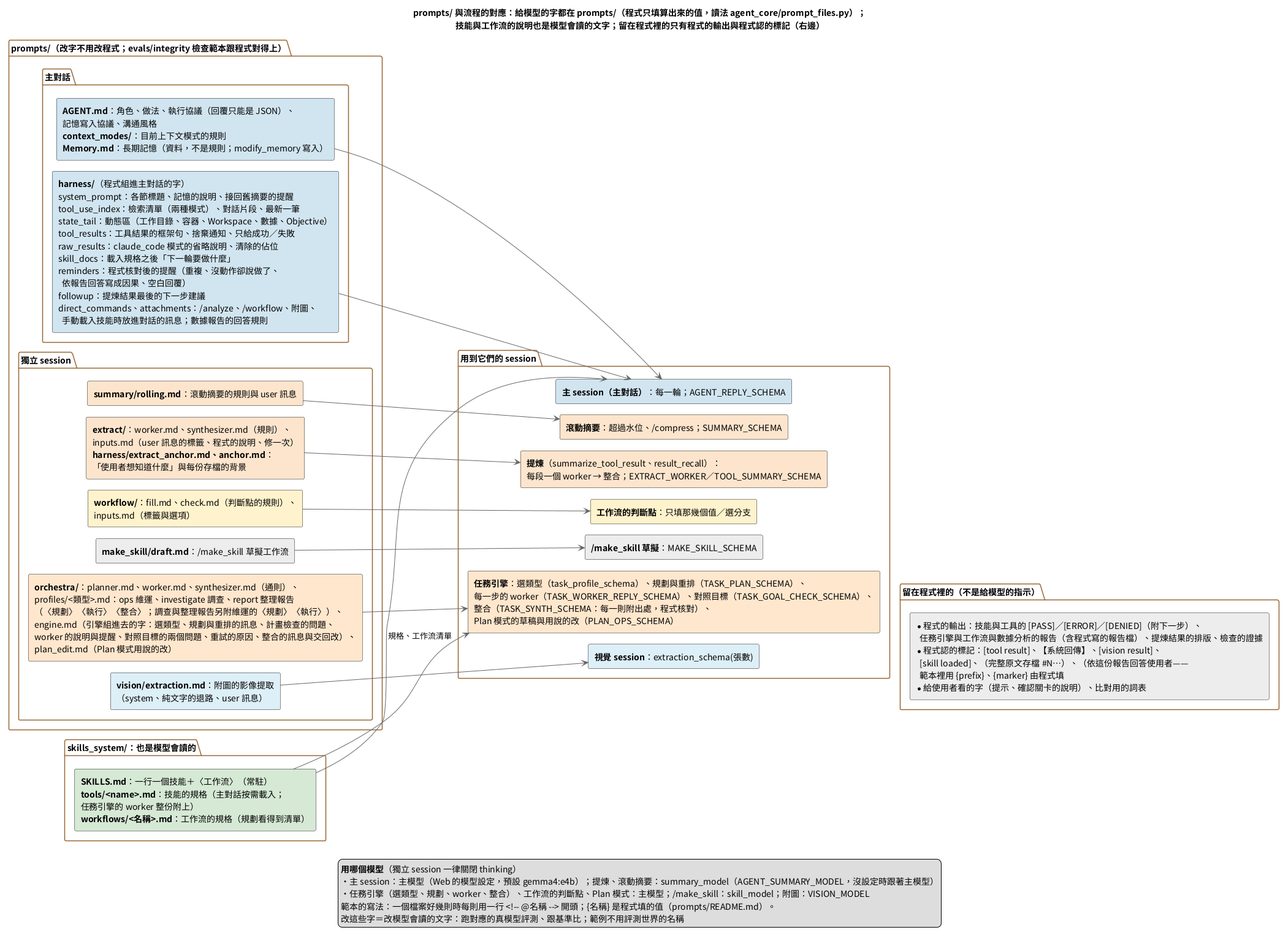
Before: doc/images/prompts與流程的對應.png, a diagram exported from PlantUML (DavidZox/Coding_agnet).
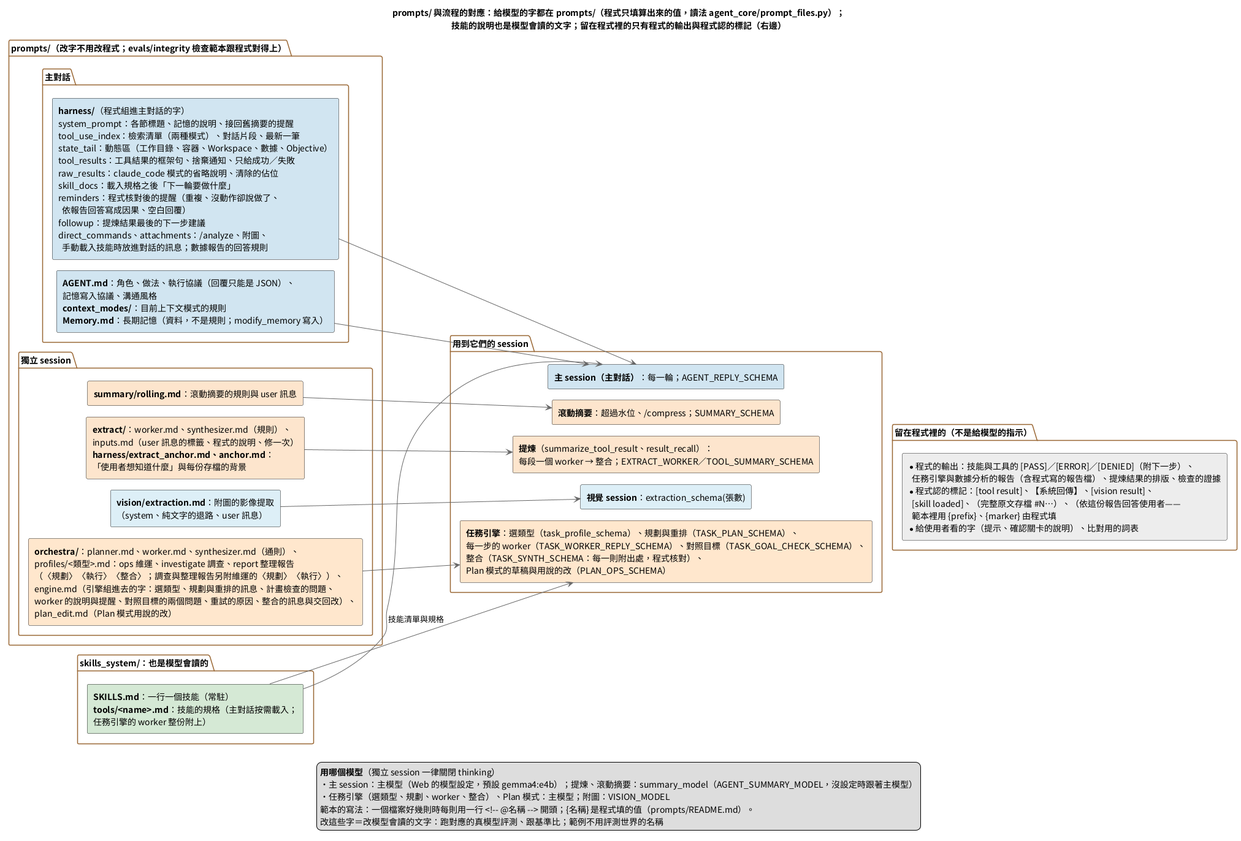
After the change.

The edit, as a diff of the source:
```diff
@@ -8,7 +8,7 @@
 skinparam nodesep 22
 left to right direction
 
-title prompts/ 與流程的對應：給模型的字都在 prompts/（程式只填算出來的值，讀法 agent_core/prompt_files.py）；\n技能與工作流的說明也是模型會讀的文字；留在程式裡的只有程式的輸出與程式認的標記（右邊）
+title prompts/ 與流程的對應：給模型的字都在 prompts/（程式只填算出來的值，讀法 agent_core/prompt_files.py）；\n技能的說明也是模型會讀的文字；留在程式裡的只有程式的輸出與程式認的標記（右邊）
 
 package "prompts/（改字不用改程式；evals/integrity 檢查範本跟程式對得上）" {
   package "主對話" {
@@ -29,7 +29,7 @@
       reminders：程式核對後的提醒（重複、沒動作卻說做了、
         依報告回答寫成因果、空白回覆）
       followup：提煉結果最後的下一步建議
-      direct_commands、attachments：/analyze、/workflow、附圖、
+      direct_commands、attachments：/analyze、附圖、
         手動載入技能時放進對話的訊息；數據報告的回答規則
     ]
   }
@@ -51,13 +51,6 @@
       worker 的說明與提醒、對照目標的兩個問題、重試的原因、整合的訊息與交回改）、
       plan_edit.md（Plan 模式用說的改）
     ]
-    rectangle P_WF #FFF2CC [
-      **workflow/**：fill.md、check.md（判斷點的規則）、
-      inputs.md（標籤與選項）
-    ]
-    rectangle P_MS #ECECEC [
-      **make_skill/draft.md**：/make_skill 草擬工作流
-    ]
     rectangle P_VISION #DDEEF6 [
       **vision/extraction.md**：附圖的影像提取
       （system、純文字的退路、user 訊息）
@@ -67,10 +60,9 @@
 
 package "skills_system/：也是模型會讀的" {
   rectangle K_ALL #D5E8D4 [
-    **SKILLS.md**：一行一個技能＋〈工作流〉（常駐）
+    **SKILLS.md**：一行一個技能（常駐）
     **tools/<name>.md**：技能的規格（主對話按需載入；
     任務引擎的 worker 整份附上）
-    **workflows/<名稱>.md**：工作流的規格（規劃看得到清單）
   ]
 }
 
@@ -91,12 +83,6 @@
     整合（TASK_SYNTH_SCHEMA：每一則附出處，程式核對）、
     Plan 模式的草稿與用說的改（PLAN_OPS_SCHEMA）
   ]
-  rectangle S_WF #FFF2CC [
-    **工作流的判斷點**：只填那幾個值／選分支
-  ]
-  rectangle S_MS #ECECEC [
-    **/make_skill 草擬**：MAKE_SKILL_SCHEMA
-  ]
   rectangle S_VISION #DDEEF6 [
     **視覺 session**：extraction_schema(張數)
   ]
@@ -105,7 +91,7 @@
 package "留在程式裡的（不是給模型的指示）" {
   rectangle C_LIST #ECECEC [
     * 程式的輸出：技能與工具的 [PASS]／[ERROR]／[DENIED]（附下一步）、
-      任務引擎與工作流與數據分析的報告（含程式寫的報告檔）、提煉結果的排版、檢查的證據
+      任務引擎與數據分析的報告（含程式寫的報告檔）、提煉結果的排版、檢查的證據
     * 程式認的標記：[tool result]、【系統回傳】、[vision result]、
       [skill loaded]、（完整原文存檔 #N…）、（依這份報告回答使用者——
       範本裡用 {prefix}、{marker} 由程式填
@@ -119,16 +105,14 @@
 P_SUMMARY --> S_SUMMARY
 P_EXTRACT --> S_EXTRACT
 P_ORCH --> S_ORCH
-K_ALL --> S_ORCH : 規格、工作流清單
-P_WF --> S_WF
-P_MS --> S_MS
+K_ALL --> S_ORCH : 技能清單與規格
 P_VISION --> S_VISION
 S_VISION -[hidden]-> C_LIST
 
 legend bottom
   **用哪個模型**（獨立 session 一律關閉 thinking）
   ・主 session：主模型（Web 的模型設定，預設 gemma4:e4b）；提煉、滾動摘要：summary_model（AGENT_SUMMARY_MODEL，沒設定時跟著主模型）
-  ・任務引擎（選類型、規劃、worker、整合）、工作流的判斷點、Plan 模式：主模型；/make_skill：skill_model；附圖：VISION_MODEL
+  ・任務引擎（選類型、規劃、worker、整合）、Plan 模式：主模型；附圖：VISION_MODEL
   範本的寫法：一個檔案好幾則時每則用一行 <!~-- @名稱 ~--> 開頭；{名稱} 是程式填的值（prompts/README.md）。
   改這些字＝改模型會讀的文字：跑對應的真模型評測、跟基準比；範例不用評測世界的名稱
 endlegend
```
